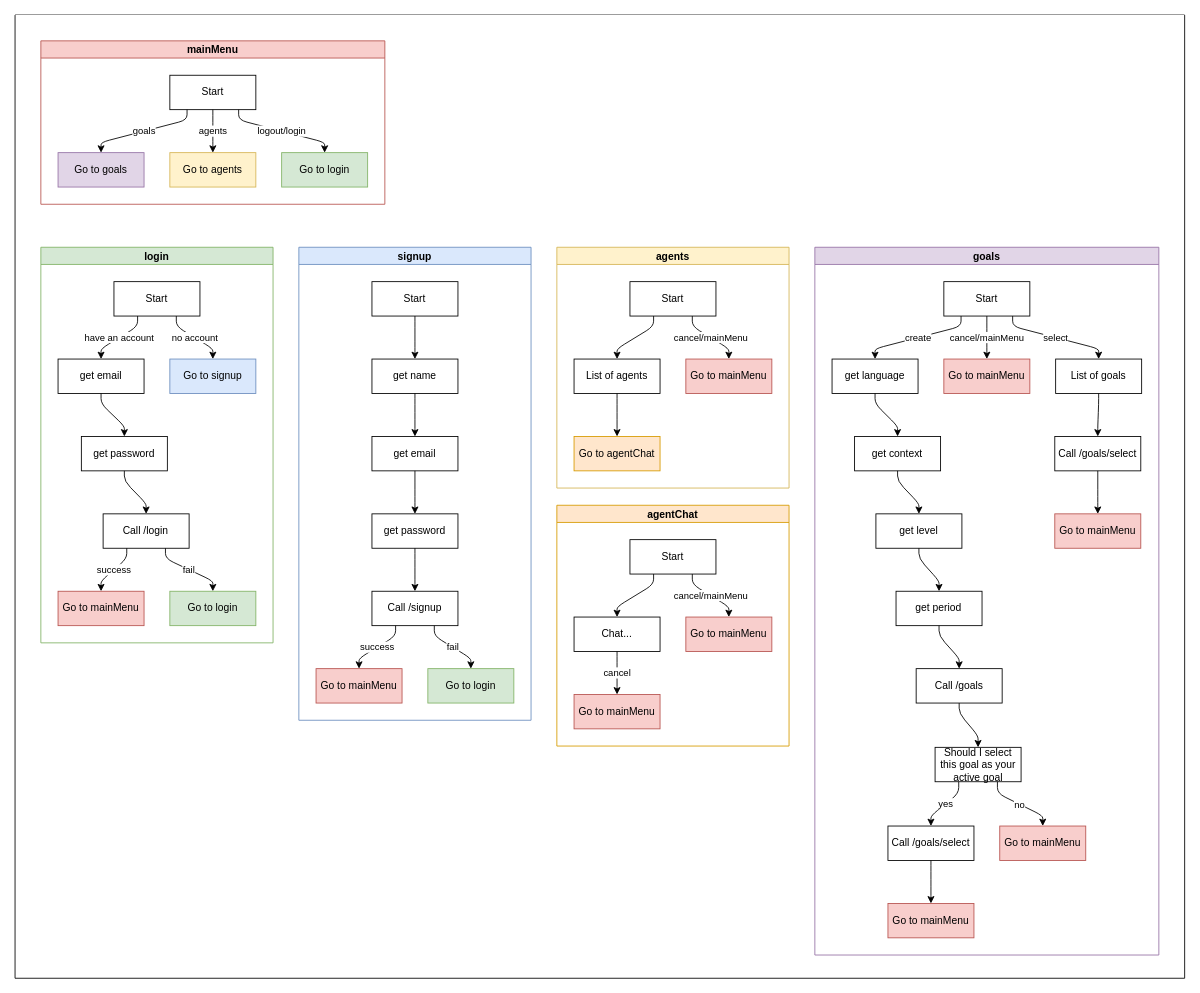
The draw.io diagram chatFlow.drawio in Linguly/telegram-interface, before the edit. Source tidied: cells renumbered, new cells numbered last; positions are measured from the earlier drawing's top-left corner, leaving out a move shared by most shapes. Both pictures are drawn from the tidied source at 86%, with x=0, y=0 at pixel (15, 15).
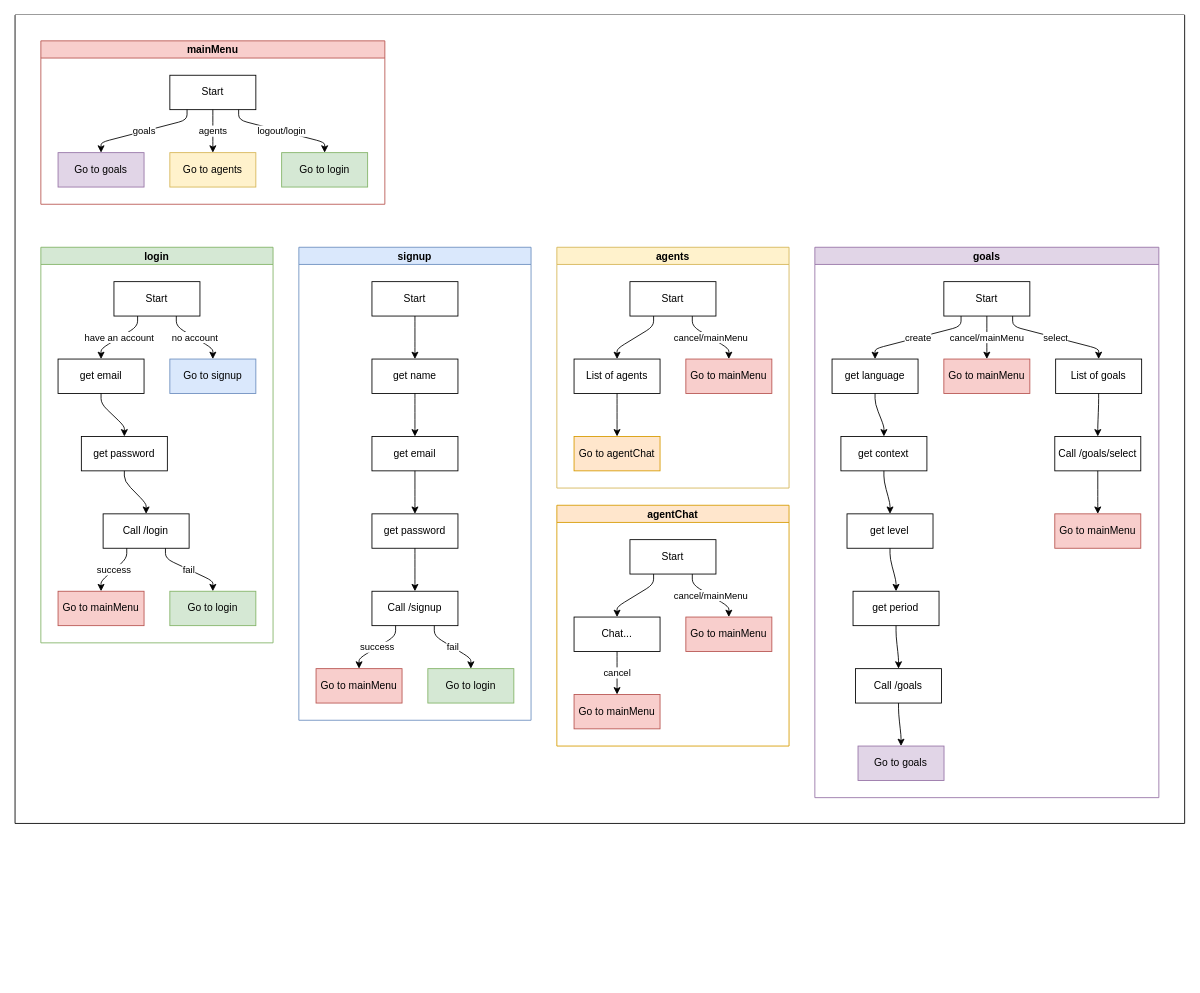
The same diagram, later.

Commit message (it also covers changes not shown here):
add flows to create goals

The change refers to these unchanged cells:
```xml
<mxCell id="58" value="get language" style="whiteSpace=wrap;html=1;" parent="55" vertex="1">
  <mxGeometry x="20" y="130" width="100" height="40" as="geometry" />
</mxCell>
```

The edit, as a diff of the source:
```diff
@@
     <mxCell id="2" style="swimlane;startSize=0;fillStyle=solid;fillColor=#330033;swimlaneFillColor=default;gradientColor=none;" parent="1" vertex="1">
-      <mxGeometry width="1360" height="1120" as="geometry" />
+      <mxGeometry width="1360" height="940" as="geometry" />
     </mxCell>
@@
     <mxCell id="55" value="goals" style="swimlane;startSize=20;horizontal=1;flowOrientation=north;interRankCellSpacing=50;containerType=tree;fontSize=12;fillColor=#e1d5e7;strokeColor=#9673a6;" parent="1" vertex="1">
-      <mxGeometry x="930" y="270" width="400" height="823" as="geometry" />
+      <mxGeometry x="930" y="270" width="400" height="640" as="geometry" />
     </mxCell>
@@
     <mxCell id="61" style="edgeStyle=none;html=1;noEdgeStyle=1;orthogonal=1;" parent="55" edge="1" source="58" target="62">
       <mxGeometry relative="1" as="geometry">
         <Array as="points">
           <mxPoint x="70" y="182" />
-          <mxPoint x="96.2" y="208" />
+          <mxPoint x="80.3" y="208" />
         </Array>
       </mxGeometry>
     </mxCell>
     <mxCell id="62" value="get context" style="whiteSpace=wrap;html=1;" parent="55" vertex="1">
-      <mxGeometry x="46.2" y="220" width="100" height="40" as="geometry" />
+      <mxGeometry x="30.3" y="220" width="100" height="40" as="geometry" />
     </mxCell>
     <mxCell id="63" style="edgeStyle=none;html=1;noEdgeStyle=1;orthogonal=1;" parent="55" edge="1" source="62" target="64">
       <mxGeometry relative="1" as="geometry">
         <Array as="points">
-          <mxPoint x="96.2" y="272" />
-          <mxPoint x="121" y="298" />
+          <mxPoint x="80.3" y="272" />
+          <mxPoint x="87.4" y="298" />
         </Array>
       </mxGeometry>
     </mxCell>
     <mxCell id="64" value="get level" style="whiteSpace=wrap;html=1;" parent="55" vertex="1">
-      <mxGeometry x="71" y="310" width="100" height="40" as="geometry" />
+      <mxGeometry x="37.4" y="310" width="100" height="40" as="geometry" />
     </mxCell>
     <mxCell id="65" style="edgeStyle=none;html=1;noEdgeStyle=1;orthogonal=1;" parent="55" edge="1" source="64" target="66">
       <mxGeometry relative="1" as="geometry">
         <Array as="points">
-          <mxPoint x="121" y="362" />
-          <mxPoint x="144.4" y="388" />
+          <mxPoint x="87.4" y="362" />
+          <mxPoint x="94.4" y="388" />
         </Array>
       </mxGeometry>
     </mxCell>
     <mxCell id="66" value="get period" style="whiteSpace=wrap;html=1;" parent="55" vertex="1">
-      <mxGeometry x="94.4" y="400" width="100" height="40" as="geometry" />
+      <mxGeometry x="44.4" y="400" width="100" height="40" as="geometry" />
     </mxCell>
     <mxCell id="67" style="edgeStyle=none;html=1;noEdgeStyle=1;orthogonal=1;" parent="55" edge="1" source="66" target="68">
       <mxGeometry relative="1" as="geometry">
         <Array as="points">
-          <mxPoint x="144.4" y="452" />
-          <mxPoint x="167.8" y="478" />
+          <mxPoint x="94.4" y="452" />
+          <mxPoint x="97.3" y="478" />
         </Array>
       </mxGeometry>
     </mxCell>
     <mxCell id="68" value="Call /goals" style="whiteSpace=wrap;html=1;" parent="55" vertex="1">
-      <mxGeometry x="117.8" y="490" width="100" height="40" as="geometry" />
+      <mxGeometry x="47.3" y="490" width="100" height="40" as="geometry" />
     </mxCell>
@@
-    <mxCell id="73" style="edgeStyle=none;html=1;noEdgeStyle=1;orthogonal=1;" parent="55" edge="1" source="68" target="74">
-      <mxGeometry relative="1" as="geometry">
-        <Array as="points">
-          <mxPoint x="167.8" y="542" />
-          <mxPoint x="189.8" y="568" />
-        </Array>
-      </mxGeometry>
-    </mxCell>
-    <mxCell id="74" value="Should I select this goal as your active goal" style="whiteSpace=wrap;html=1;" parent="55" vertex="1">
-      <mxGeometry x="139.8" y="581.5" width="100" height="40" as="geometry" />
-    </mxCell>
-    <mxCell id="75" value="yes" style="edgeStyle=none;html=1;noEdgeStyle=1;orthogonal=1;" parent="55" edge="1" source="74" target="76">
-      <mxGeometry relative="1" as="geometry">
-        <Array as="points">
-          <mxPoint x="167.3" y="635" />
-          <mxPoint x="135" y="661" />
-        </Array>
-      </mxGeometry>
-    </mxCell>
-    <mxCell id="76" value="Call /goals/select" style="whiteSpace=wrap;html=1;" parent="55" vertex="1">
-      <mxGeometry x="85" y="673" width="100" height="40" as="geometry" />
-    </mxCell>
-    <mxCell id="77" style="edgeStyle=none;html=1;noEdgeStyle=1;orthogonal=1;" parent="55" edge="1" source="76" target="78">
-      <mxGeometry relative="1" as="geometry">
-        <Array as="points">
-          <mxPoint x="135" y="725" />
-          <mxPoint x="135" y="751" />
-        </Array>
-      </mxGeometry>
-    </mxCell>
-    <mxCell id="78" value="Go to mainMenu" style="whiteSpace=wrap;html=1;fillColor=#f8cecc;strokeColor=#b85450;" parent="55" vertex="1">
-      <mxGeometry x="85" y="763" width="100" height="40" as="geometry" />
-    </mxCell>
-    <mxCell id="79" value="no" style="edgeStyle=none;html=1;noEdgeStyle=1;orthogonal=1;" parent="55" edge="1" source="74" target="80">
-      <mxGeometry relative="1" as="geometry">
-        <Array as="points">
-          <mxPoint x="212.3" y="635" />
-          <mxPoint x="265" y="661" />
-        </Array>
-      </mxGeometry>
-    </mxCell>
-    <mxCell id="80" value="Go to mainMenu" style="whiteSpace=wrap;html=1;fillColor=#f8cecc;strokeColor=#b85450;" parent="55" vertex="1">
-      <mxGeometry x="215" y="673" width="100" height="40" as="geometry" />
-    </mxCell>
@@
+    <mxCell id="83" style="edgeStyle=none;html=1;noEdgeStyle=1;orthogonal=1;" parent="55" edge="1" source="68" target="84">
+      <mxGeometry relative="1" as="geometry">
+        <Array as="points">
+          <mxPoint x="97.3" y="542" />
+          <mxPoint x="100.2" y="568" />
+        </Array>
+      </mxGeometry>
+    </mxCell>
+    <mxCell id="84" value="Go to goals" style="whiteSpace=wrap;html=1;fillColor=#e1d5e7;strokeColor=#9673a6;" parent="55" vertex="1">
+      <mxGeometry x="50.2" y="580" width="100" height="40" as="geometry" />
+    </mxCell>
```
